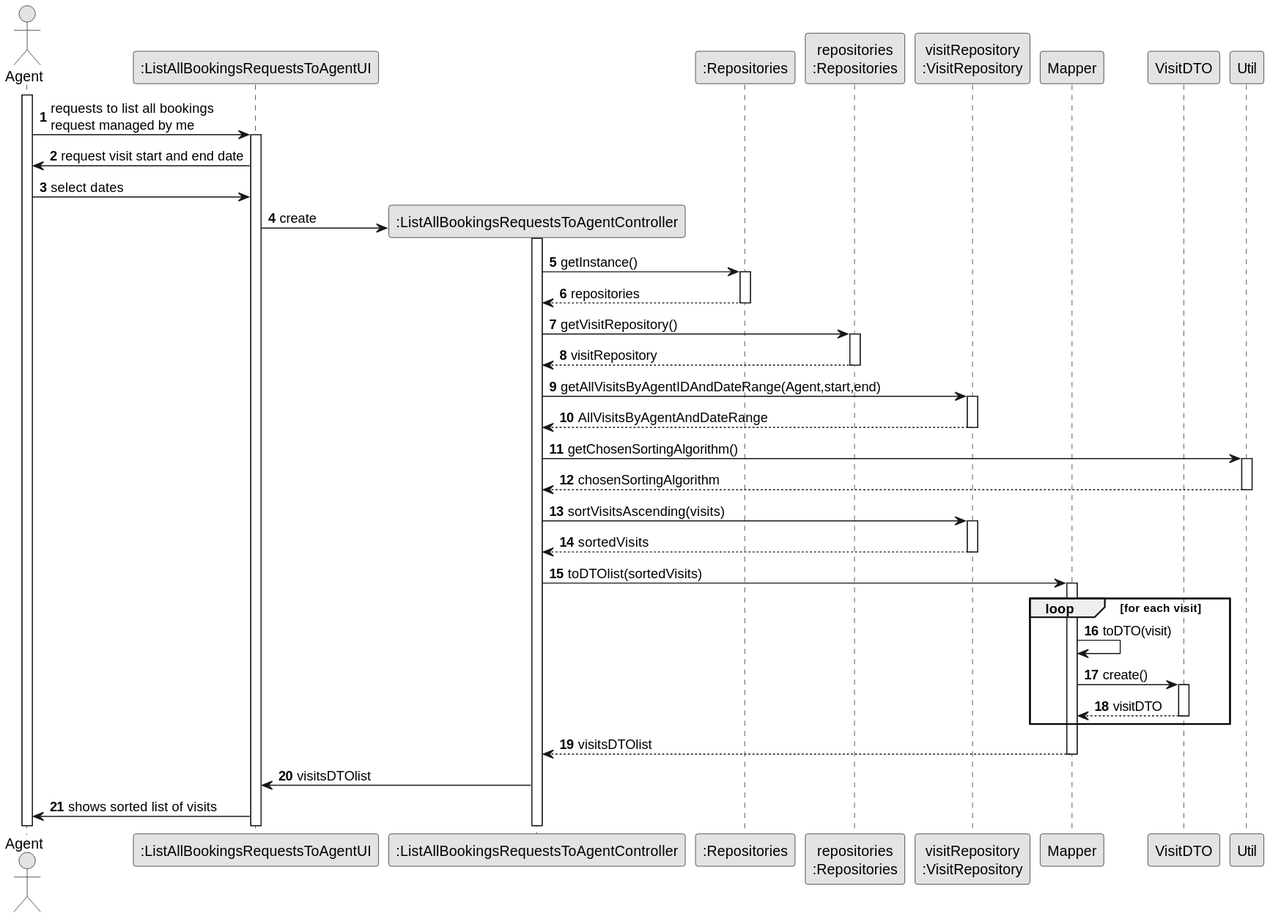
The PlantUML diagram docs/sprintD/US015/03.design/svg/US015_SD.svg in tiagohcorreia/LAPR2, before a commit.
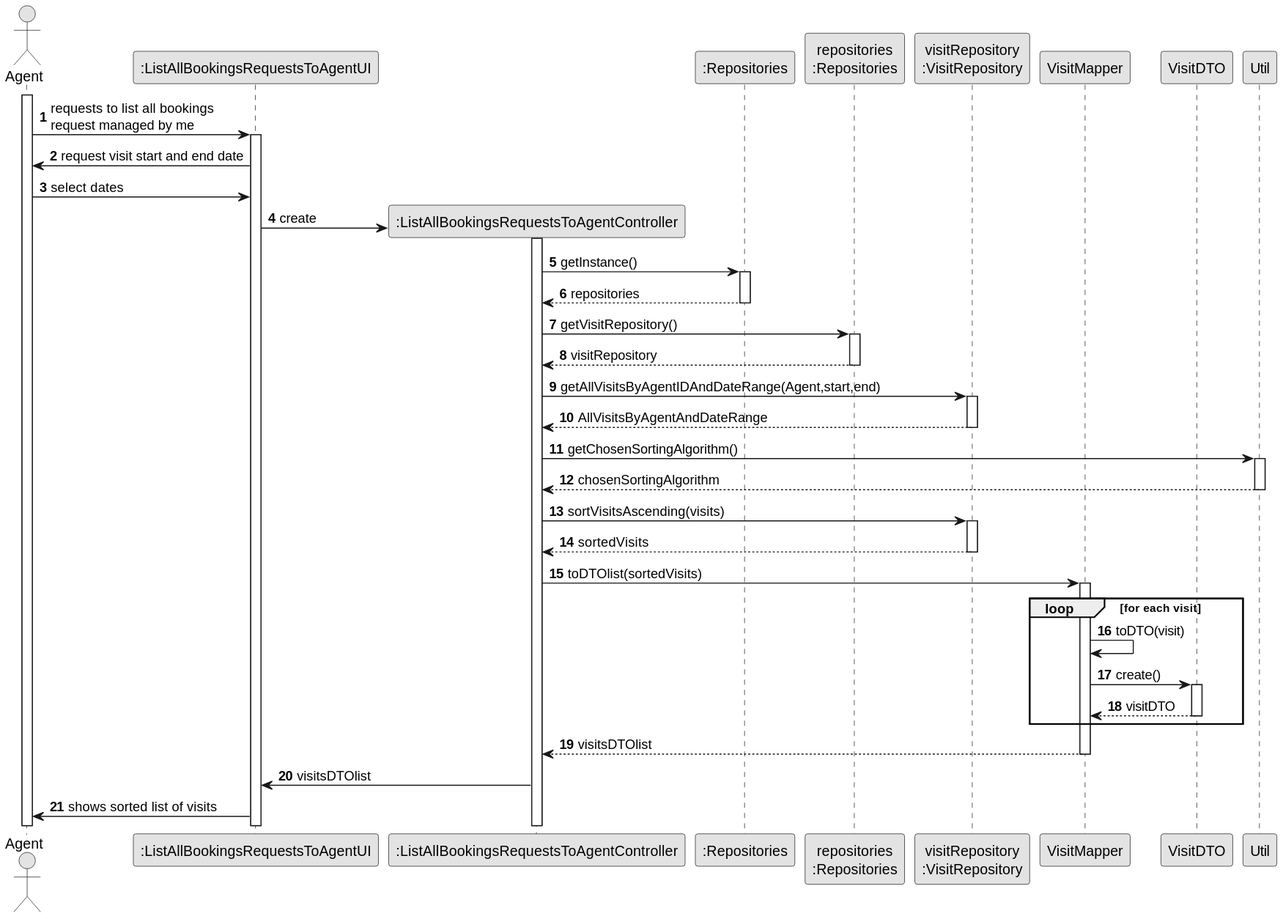
After the change.

Change to the diagram source:
```diff
@@ -14,7 +14,7 @@
 participant "visitRepository\n:VisitRepository" as vstR
 
 
-participant "Mapper" as map
+participant "VisitMapper" as map
 participant "VisitDTO" as vstDTO
 participant "Util" as util
 
```
